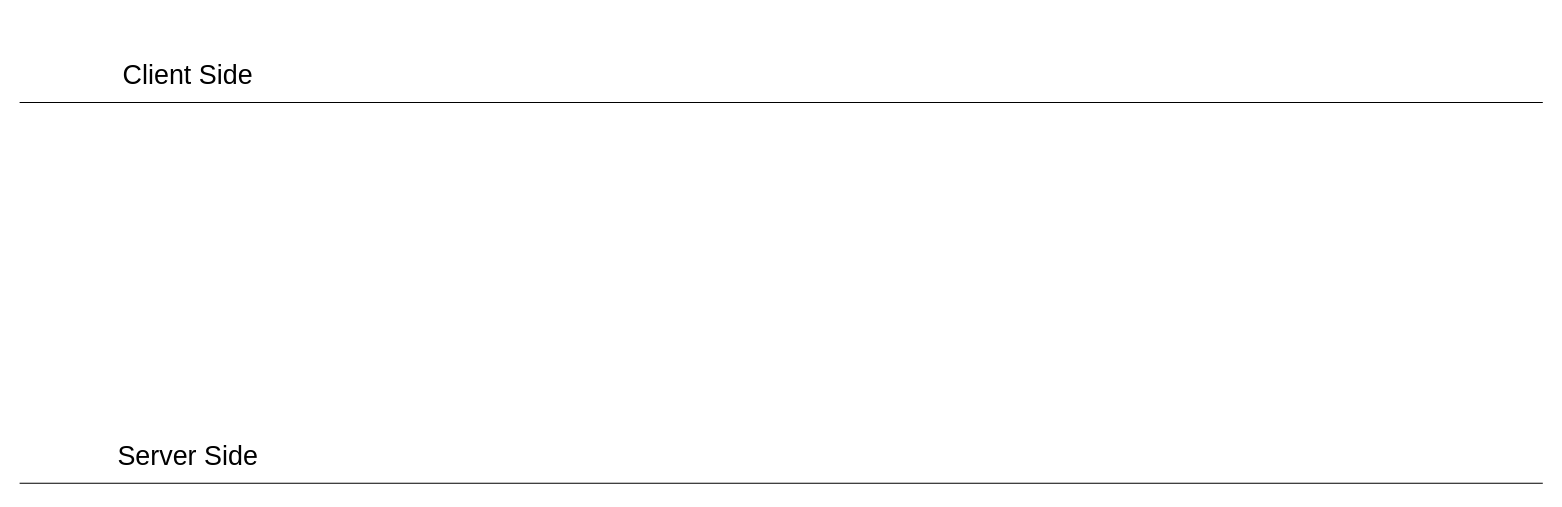
Hakeera/easy_conf keeps this draw.io diagram as page "Página-1" (1 of 2) of easy_conf.drawio. Above is the earlier version. Source tidied: cells renumbered, new cells numbered last; positions are measured from the earlier drawing's top-left corner, leaving out a move shared by most shapes. Both pictures are drawn from the tidied source at 112%, with x=0, y=0 at pixel (19, 53).
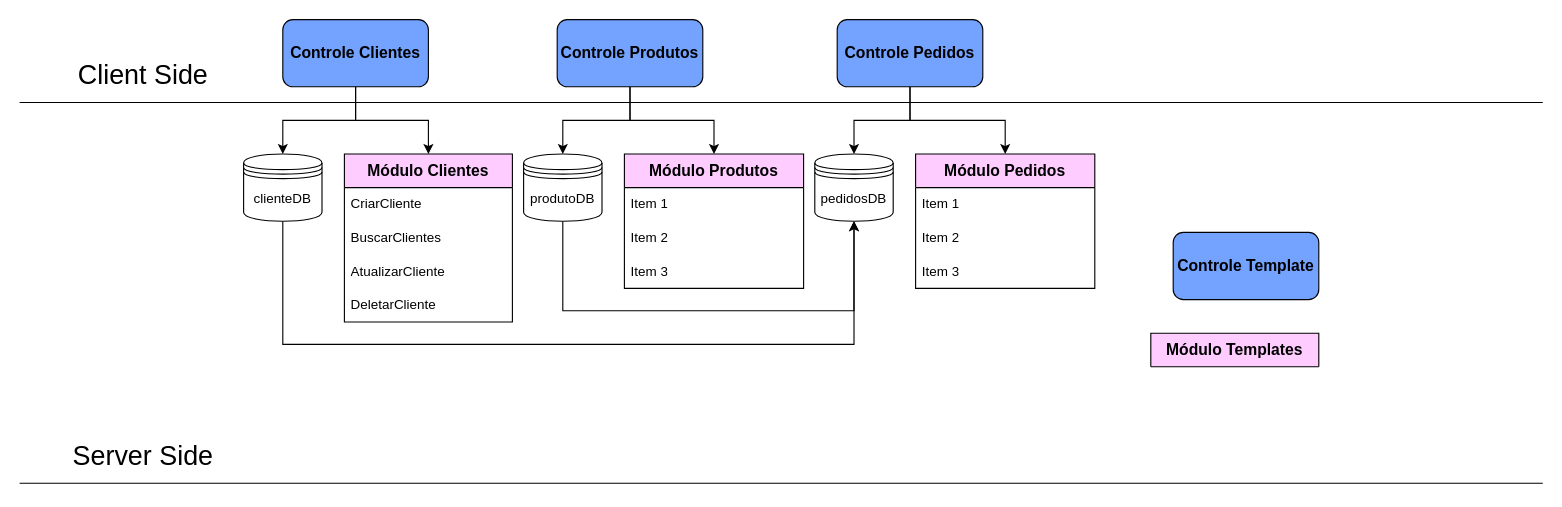
The same page after the edit.

Diff of the diagram source:
```diff
@@
     <mxCell id="3" value="&lt;font style=&quot;font-size: 24px;&quot;&gt;Client Side&lt;/font&gt;" style="text;html=1;align=center;verticalAlign=middle;strokeColor=none;fillColor=none;" parent="1" vertex="1">
-      <mxGeometry x="80" width="140" height="40" as="geometry" />
+      <mxGeometry x="40" width="140" height="40" as="geometry" />
     </mxCell>
     <mxCell id="4" value="&lt;font style=&quot;font-size: 24px;&quot;&gt;Server Side&lt;/font&gt;" style="text;html=1;align=center;verticalAlign=middle;strokeColor=none;fillColor=none;" parent="1" vertex="1">
-      <mxGeometry x="80" y="340" width="140" height="40" as="geometry" />
+      <mxGeometry x="40" y="340" width="140" height="40" as="geometry" />
     </mxCell>
@@
+    <mxCell id="6" style="edgeStyle=orthogonalEdgeStyle;rounded=0;jettySize=auto;html=1;entryX=0.5;entryY=0;entryDx=0;entryDy=0;" parent="1" edge="1" source="8" target="17">
+      <mxGeometry relative="1" as="geometry" />
+    </mxCell>
+    <mxCell id="7" style="edgeStyle=orthogonalEdgeStyle;rounded=0;jettySize=auto;html=1;entryX=0.5;entryY=0;entryDx=0;entryDy=0;" parent="1" edge="1" source="8" target="18">
+      <mxGeometry relative="1" as="geometry" />
+    </mxCell>
+    <mxCell id="8" value="&lt;b&gt;&lt;font style=&quot;font-size: 14px;&quot;&gt;Controle Clientes&lt;/font&gt;&lt;/b&gt;" style="rounded=1;whiteSpace=wrap;html=1;fillColor=#73A2FF;" parent="1" vertex="1">
+      <mxGeometry x="235" y="-30" width="130" height="60" as="geometry" />
+    </mxCell>
+    <mxCell id="9" value="&lt;b&gt;&lt;font style=&quot;font-size: 14px;&quot;&gt;Controle Template&lt;/font&gt;&lt;/b&gt;" style="rounded=1;whiteSpace=wrap;html=1;fillColor=#73A2FF;" parent="1" vertex="1">
+      <mxGeometry x="1030" y="160" width="130" height="60" as="geometry" />
+    </mxCell>
+    <mxCell id="10" style="edgeStyle=orthogonalEdgeStyle;rounded=0;jettySize=auto;html=1;entryX=0.5;entryY=0;entryDx=0;entryDy=0;" parent="1" edge="1" source="12" target="25">
+      <mxGeometry relative="1" as="geometry" />
+    </mxCell>
+    <mxCell id="11" style="edgeStyle=orthogonalEdgeStyle;rounded=0;jettySize=auto;html=1;entryX=0.5;entryY=0;entryDx=0;entryDy=0;" parent="1" edge="1" source="12" target="26">
+      <mxGeometry relative="1" as="geometry" />
+    </mxCell>
+    <mxCell id="12" value="&lt;b&gt;&lt;font style=&quot;font-size: 14px;&quot;&gt;Controle Produtos&lt;/font&gt;&lt;/b&gt;" style="rounded=1;whiteSpace=wrap;html=1;fillColor=#73A2FF;" parent="1" vertex="1">
+      <mxGeometry x="480" y="-30" width="130" height="60" as="geometry" />
+    </mxCell>
+    <mxCell id="13" style="edgeStyle=orthogonalEdgeStyle;rounded=0;jettySize=auto;html=1;entryX=0.5;entryY=0;entryDx=0;entryDy=0;" parent="1" edge="1" source="15" target="30">
+      <mxGeometry relative="1" as="geometry" />
+    </mxCell>
+    <mxCell id="14" style="edgeStyle=orthogonalEdgeStyle;rounded=0;jettySize=auto;html=1;entryX=0.5;entryY=0;entryDx=0;entryDy=0;" parent="1" edge="1" source="15" target="31">
+      <mxGeometry relative="1" as="geometry" />
+    </mxCell>
+    <mxCell id="15" value="&lt;b&gt;&lt;font style=&quot;font-size: 14px;&quot;&gt;Controle Pedidos&lt;/font&gt;&lt;/b&gt;" style="rounded=1;whiteSpace=wrap;html=1;fillColor=#73A2FF;" parent="1" vertex="1">
+      <mxGeometry x="730" y="-30" width="130" height="60" as="geometry" />
+    </mxCell>
+    <mxCell id="16" style="edgeStyle=orthogonalEdgeStyle;rounded=0;jettySize=auto;html=1;entryX=0.5;entryY=1;entryDx=0;entryDy=0;" parent="1" edge="1" source="17" target="30">
+      <mxGeometry relative="1" as="geometry">
+        <Array as="points">
+          <mxPoint x="235" y="260" />
+          <mxPoint x="745" y="260" />
+        </Array>
+      </mxGeometry>
+    </mxCell>
+    <mxCell id="17" value="clienteDB" style="shape=datastore;whiteSpace=wrap;html=1;" parent="1" vertex="1">
+      <mxGeometry x="200" y="90" width="70" height="60" as="geometry" />
+    </mxCell>
+    <mxCell id="18" value="&lt;span style=&quot;font-size: 14px;&quot;&gt;&lt;b&gt;Módulo Clientes&lt;/b&gt;&lt;/span&gt;" style="swimlane;fontStyle=0;horizontal=1;startSize=30;whiteSpace=wrap;html=1;fillColor=#FFCCFF;" parent="1" vertex="1">
+      <mxGeometry x="290" y="90" width="150" height="150" as="geometry" />
+    </mxCell>
+    <mxCell id="19" value="CriarCliente" style="text;strokeColor=none;fillColor=none;align=left;verticalAlign=middle;spacingLeft=4;spacingRight=4;overflow=hidden;whiteSpace=wrap;html=1;" parent="18" vertex="1">
+      <mxGeometry y="30" width="150" height="30" as="geometry" />
+    </mxCell>
+    <mxCell id="20" value="BuscarClientes" style="text;strokeColor=none;fillColor=none;align=left;verticalAlign=middle;spacingLeft=4;spacingRight=4;overflow=hidden;whiteSpace=wrap;html=1;" parent="18" vertex="1">
+      <mxGeometry y="60" width="150" height="30" as="geometry" />
+    </mxCell>
+    <mxCell id="21" value="AtualizarCliente" style="text;strokeColor=none;fillColor=none;align=left;verticalAlign=middle;spacingLeft=4;spacingRight=4;overflow=hidden;whiteSpace=wrap;html=1;" parent="18" vertex="1">
+      <mxGeometry y="90" width="150" height="30" as="geometry" />
+    </mxCell>
+    <mxCell id="22" value="DeletarCliente" style="text;strokeColor=none;fillColor=none;align=left;verticalAlign=middle;spacingLeft=4;spacingRight=4;overflow=hidden;whiteSpace=wrap;html=1;" parent="18" vertex="1">
+      <mxGeometry y="120" width="150" height="30" as="geometry" />
+    </mxCell>
+    <mxCell id="23" value="&lt;span style=&quot;font-size: 14px;&quot;&gt;&lt;b&gt;Módulo Templates&lt;/b&gt;&lt;/span&gt;" style="swimlane;fontStyle=0;horizontal=1;startSize=30;whiteSpace=wrap;html=1;fillColor=#FFCCFF;" parent="1" vertex="1" collapsed="1">
+      <mxGeometry x="1010" y="250" width="150" height="30" as="geometry" />
+    </mxCell>
+    <mxCell id="24" style="edgeStyle=orthogonalEdgeStyle;rounded=0;jettySize=auto;html=1;entryX=0.5;entryY=1;entryDx=0;entryDy=0;" parent="1" edge="1" source="25" target="30">
+      <mxGeometry relative="1" as="geometry">
+        <Array as="points">
+          <mxPoint x="485" y="230" />
+          <mxPoint x="745" y="230" />
+        </Array>
+      </mxGeometry>
+    </mxCell>
+    <mxCell id="25" value="produtoDB" style="shape=datastore;whiteSpace=wrap;html=1;" parent="1" vertex="1">
+      <mxGeometry x="450" y="90" width="70" height="60" as="geometry" />
+    </mxCell>
+    <mxCell id="26" value="&lt;span style=&quot;font-size: 14px;&quot;&gt;&lt;b&gt;Módulo Produtos&lt;/b&gt;&lt;/span&gt;" style="swimlane;fontStyle=0;horizontal=1;startSize=30;whiteSpace=wrap;html=1;fillColor=#FFCCFF;" parent="1" vertex="1">
+      <mxGeometry x="540" y="90" width="160" height="120" as="geometry" />
+    </mxCell>
+    <mxCell id="27" value="Item 1" style="text;strokeColor=none;fillColor=none;align=left;verticalAlign=middle;spacingLeft=4;spacingRight=4;overflow=hidden;whiteSpace=wrap;html=1;" parent="26" vertex="1">
+      <mxGeometry y="30" width="160" height="30" as="geometry" />
+    </mxCell>
+    <mxCell id="28" value="Item 2" style="text;strokeColor=none;fillColor=none;align=left;verticalAlign=middle;spacingLeft=4;spacingRight=4;overflow=hidden;whiteSpace=wrap;html=1;" parent="26" vertex="1">
+      <mxGeometry y="60" width="160" height="30" as="geometry" />
+    </mxCell>
+    <mxCell id="29" value="Item 3" style="text;strokeColor=none;fillColor=none;align=left;verticalAlign=middle;spacingLeft=4;spacingRight=4;overflow=hidden;whiteSpace=wrap;html=1;" parent="26" vertex="1">
+      <mxGeometry y="90" width="160" height="30" as="geometry" />
+    </mxCell>
+    <mxCell id="30" value="pedidosDB" style="shape=datastore;whiteSpace=wrap;html=1;" parent="1" vertex="1">
+      <mxGeometry x="710" y="90" width="70" height="60" as="geometry" />
+    </mxCell>
+    <mxCell id="31" value="&lt;span style=&quot;font-size: 14px;&quot;&gt;&lt;b&gt;Módulo Pedidos&lt;/b&gt;&lt;/span&gt;" style="swimlane;fontStyle=0;horizontal=1;startSize=30;whiteSpace=wrap;html=1;fillColor=#FFCCFF;" parent="1" vertex="1">
+      <mxGeometry x="800" y="90" width="160" height="120" as="geometry" />
+    </mxCell>
+    <mxCell id="32" value="Item 1" style="text;strokeColor=none;fillColor=none;align=left;verticalAlign=middle;spacingLeft=4;spacingRight=4;overflow=hidden;whiteSpace=wrap;html=1;" parent="31" vertex="1">
+      <mxGeometry y="30" width="160" height="30" as="geometry" />
+    </mxCell>
+    <mxCell id="33" value="Item 2" style="text;strokeColor=none;fillColor=none;align=left;verticalAlign=middle;spacingLeft=4;spacingRight=4;overflow=hidden;whiteSpace=wrap;html=1;" parent="31" vertex="1">
+      <mxGeometry y="60" width="160" height="30" as="geometry" />
+    </mxCell>
+    <mxCell id="34" value="Item 3" style="text;strokeColor=none;fillColor=none;align=left;verticalAlign=middle;spacingLeft=4;spacingRight=4;overflow=hidden;whiteSpace=wrap;html=1;" parent="31" vertex="1">
+      <mxGeometry y="90" width="160" height="30" as="geometry" />
+    </mxCell>
```
